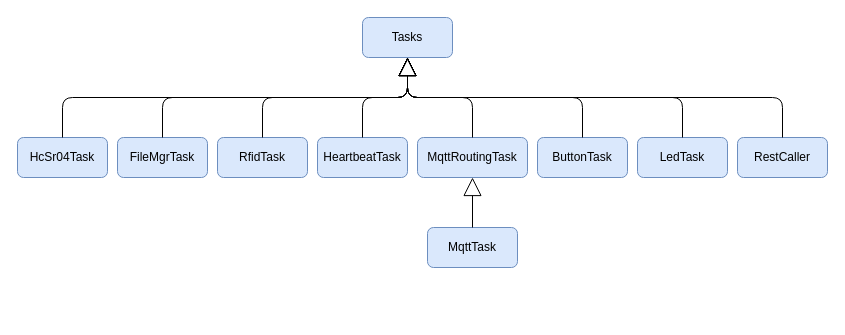
This is docs/uml/tasks.drawio from miman/esp32_util, a draw.io file, before an edit. Source tidied: cells renumbered, new cells numbered last; positions are measured from the earlier drawing's top-left corner, leaving out a move shared by most shapes. Both pictures are drawn from the tidied source at 100%, with x=0, y=0 at pixel (17, 17).
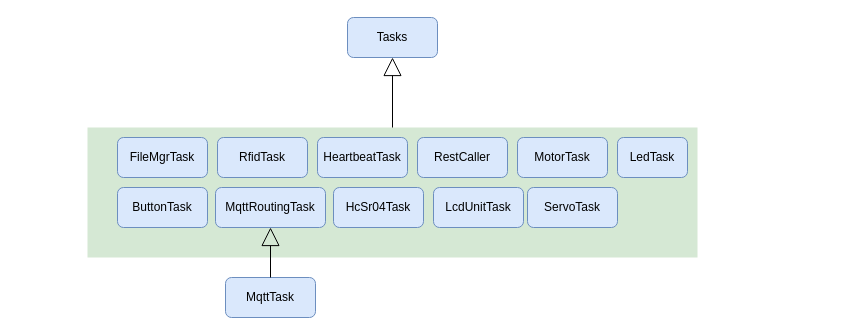
After the change.

Unchanged cells that the change refers to:
```xml
<mxCell id="3" value="HeartbeatTask" style="rounded=1;whiteSpace=wrap;html=1;fillColor=#dae8fc;strokeColor=#6c8ebf;" parent="1" vertex="1">
  <mxGeometry x="300" y="120" width="90" height="40" as="geometry" />
</mxCell>
<mxCell id="5" value="RfidTask" style="rounded=1;whiteSpace=wrap;html=1;fillColor=#dae8fc;strokeColor=#6c8ebf;" parent="1" vertex="1">
  <mxGeometry x="200" y="120" width="90" height="40" as="geometry" />
</mxCell>
<mxCell id="8" value="FileMgrTask" style="rounded=1;whiteSpace=wrap;html=1;fillColor=#dae8fc;strokeColor=#6c8ebf;" parent="1" vertex="1">
  <mxGeometry x="100" y="120" width="90" height="40" as="geometry" />
</mxCell>
```

The edit, as a diff of the source:
```diff
@@
+    <mxCell id="21" style="rounded=0;whiteSpace=wrap;html=1;fillColor=#d5e8d4;strokeColor=none;" parent="1" vertex="1">
+      <mxGeometry x="70" y="110" width="610" height="130" as="geometry" />
+    </mxCell>
     <mxCell id="2" value="Tasks" style="rounded=1;whiteSpace=wrap;html=1;fillColor=#dae8fc;strokeColor=#6c8ebf;" parent="1" vertex="1">
-      <mxGeometry x="345" width="90" height="40" as="geometry" />
+      <mxGeometry x="330" width="90" height="40" as="geometry" />
     </mxCell>
@@
     <mxCell id="4" value="MqttRoutingTask" style="rounded=1;whiteSpace=wrap;html=1;fillColor=#dae8fc;strokeColor=#6c8ebf;" parent="1" vertex="1">
-      <mxGeometry x="400" y="120" width="110" height="40" as="geometry" />
+      <mxGeometry x="198" y="170" width="110" height="40" as="geometry" />
     </mxCell>
@@
     <mxCell id="6" value="ButtonTask" style="rounded=1;whiteSpace=wrap;html=1;fillColor=#dae8fc;strokeColor=#6c8ebf;" parent="1" vertex="1">
-      <mxGeometry x="520" y="120" width="90" height="40" as="geometry" />
+      <mxGeometry x="100" y="170" width="90" height="40" as="geometry" />
     </mxCell>
     <mxCell id="7" value="LedTask" style="rounded=1;whiteSpace=wrap;html=1;fillColor=#dae8fc;strokeColor=#6c8ebf;" parent="1" vertex="1">
-      <mxGeometry x="620" y="120" width="90" height="40" as="geometry" />
+      <mxGeometry x="600" y="120" width="70" height="40" as="geometry" />
     </mxCell>
@@
-    <mxCell id="9" style="endArrow=block;endSize=16;endFill=0;html=1;edgeStyle=orthogonalEdgeStyle;exitX=0.5;exitY=0;exitDx=0;exitDy=0;" parent="1" edge="1" source="8" target="2">
-      <mxGeometry relative="1" as="geometry" />
-    </mxCell>
-    <mxCell id="10" style="endArrow=block;endSize=16;endFill=0;html=1;edgeStyle=orthogonalEdgeStyle;exitX=0.5;exitY=0;exitDx=0;exitDy=0;" parent="1" edge="1" source="5" target="2">
-      <mxGeometry relative="1" as="geometry" />
-    </mxCell>
-    <mxCell id="11" style="endArrow=block;endSize=16;endFill=0;html=1;edgeStyle=orthogonalEdgeStyle;exitX=0.5;exitY=0;exitDx=0;exitDy=0;" parent="1" edge="1" source="3" target="2">
+    <mxCell id="11" style="endArrow=block;endSize=16;endFill=0;html=1;edgeStyle=orthogonalEdgeStyle;" parent="1" edge="1" source="21" target="2">
       <mxGeometry relative="1" as="geometry" />
     </mxCell>
-    <mxCell id="12" style="endArrow=block;endSize=16;endFill=0;html=1;edgeStyle=orthogonalEdgeStyle;" parent="1" edge="1" source="4" target="2">
-      <mxGeometry relative="1" as="geometry" />
-    </mxCell>
-    <mxCell id="13" style="endArrow=block;endSize=16;endFill=0;html=1;edgeStyle=orthogonalEdgeStyle;exitX=0.5;exitY=0;exitDx=0;exitDy=0;" parent="1" edge="1" source="6" target="2">
-      <mxGeometry relative="1" as="geometry" />
-    </mxCell>
-    <mxCell id="14" style="endArrow=block;endSize=16;endFill=0;html=1;edgeStyle=orthogonalEdgeStyle;exitX=0.5;exitY=0;exitDx=0;exitDy=0;" parent="1" edge="1" source="7" target="2">
-      <mxGeometry relative="1" as="geometry" />
-    </mxCell>
     <mxCell id="15" value="MqttTask" style="rounded=1;whiteSpace=wrap;html=1;fillColor=#dae8fc;strokeColor=#6c8ebf;" parent="1" vertex="1">
-      <mxGeometry x="410" y="210" width="90" height="40" as="geometry" />
+      <mxGeometry x="208" y="260" width="90" height="40" as="geometry" />
     </mxCell>
@@
     <mxCell id="17" value="RestCaller" style="rounded=1;whiteSpace=wrap;html=1;fillColor=#dae8fc;strokeColor=#6c8ebf;" parent="1" vertex="1">
-      <mxGeometry x="720" y="120" width="90" height="40" as="geometry" />
+      <mxGeometry x="400" y="120" width="90" height="40" as="geometry" />
     </mxCell>
-    <mxCell id="18" style="endArrow=block;endSize=16;endFill=0;html=1;edgeStyle=orthogonalEdgeStyle;exitX=0.5;exitY=0;exitDx=0;exitDy=0;entryX=0.5;entryY=1;entryDx=0;entryDy=0;" parent="1" edge="1" source="17" target="2">
-      <mxGeometry relative="1" as="geometry" />
-    </mxCell>
     <mxCell id="19" value="HcSr04Task" style="rounded=1;whiteSpace=wrap;html=1;fillColor=#dae8fc;strokeColor=#6c8ebf;" parent="1" vertex="1">
-      <mxGeometry y="120" width="90" height="40" as="geometry" />
+      <mxGeometry x="316" y="170" width="90" height="40" as="geometry" />
     </mxCell>
-    <mxCell id="20" style="endArrow=block;endSize=16;endFill=0;html=1;edgeStyle=orthogonalEdgeStyle;exitX=0.5;exitY=0;exitDx=0;exitDy=0;entryX=0.5;entryY=1;entryDx=0;entryDy=0;" parent="1" edge="1" source="19" target="2">
-      <mxGeometry relative="1" as="geometry" />
-    </mxCell>
+    <mxCell id="22" value="LcdUnitTask" style="rounded=1;whiteSpace=wrap;html=1;fillColor=#dae8fc;strokeColor=#6c8ebf;" parent="1" vertex="1">
+      <mxGeometry x="416" y="170" width="90" height="40" as="geometry" />
+    </mxCell>
+    <mxCell id="23" value="MotorTask" style="rounded=1;whiteSpace=wrap;html=1;fillColor=#dae8fc;strokeColor=#6c8ebf;" parent="1" vertex="1">
+      <mxGeometry x="500" y="120" width="90" height="40" as="geometry" />
+    </mxCell>
+    <mxCell id="24" value="ServoTask" style="rounded=1;whiteSpace=wrap;html=1;fillColor=#dae8fc;strokeColor=#6c8ebf;" parent="1" vertex="1">
+      <mxGeometry x="510" y="170" width="90" height="40" as="geometry" />
+    </mxCell>
```
